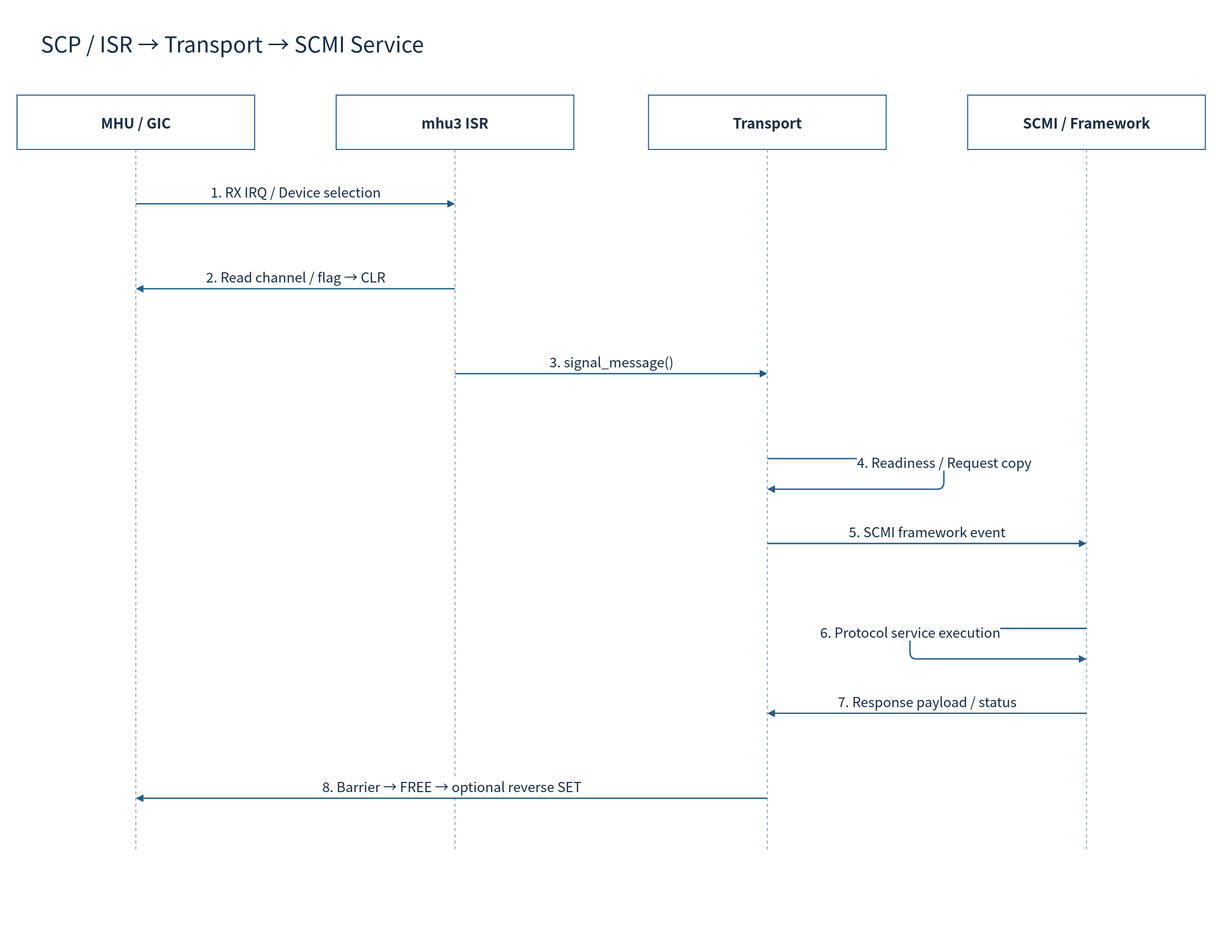
Above: doc/phase1/mailbox/diagrams/18-scp-sequence.drawio.svg in cometzero/project-apollo (draw.io), before the change. Source tidied: cells renumbered, new cells last; positions are measured from the earlier drawing's top-left corner, leaving out a move shared by most shapes. The source it was exported from:
```xml
<mxGraphModel background="#FFFFFF">
  <root>
    <mxCell id="0" />
    <mxCell id="1" parent="0" />
    <mxCell id="2" style="rounded=0;whiteSpace=wrap;html=1;fillColor=#FFFFFF;strokeColor=none;strokeWidth=1.5;fontColor=#172C43;fontFamily=Noto Sans CJK KR;fontSize=22;spacing=10;" parent="1" vertex="1">
      <mxGeometry width="1800" height="1390" as="geometry" />
    </mxCell>
    <mxCell id="3" value="SCP / ISR → Transport → SCMI Service" style="rounded=0;whiteSpace=wrap;html=1;fillColor=#FFFFFF;strokeColor=none;strokeWidth=1.5;fontColor=#172C43;fontFamily=Noto Sans CJK KR;fontSize=22;spacing=10;fontSize=32;align=left;" parent="1" vertex="1">
      <mxGeometry x="50" y="30" width="1700" height="65" as="geometry" />
    </mxCell>
    <mxCell id="4" value="MHU / GIC" style="rounded=0;whiteSpace=wrap;html=1;fillColor=#FFFFFF;strokeColor=#235D86;strokeWidth=1.5;fontColor=#172C43;fontFamily=Noto Sans CJK KR;fontSize=22;spacing=10;fontStyle=1;fontSize=21;" parent="1" vertex="1">
      <mxGeometry x="25" y="140" width="350" height="80" as="geometry" />
    </mxCell>
    <mxCell id="5" style="endArrow=none;dashed=1;strokeColor=#94A3B8;strokeWidth=1.5;" parent="1" edge="1">
      <mxGeometry relative="1" as="geometry">
        <mxPoint x="200" y="220" as="sourcePoint" />
        <mxPoint x="200" y="1250" as="targetPoint" />
      </mxGeometry>
    </mxCell>
    <mxCell id="6" value="mhu3 ISR" style="rounded=0;whiteSpace=wrap;html=1;fillColor=#FFFFFF;strokeColor=#235D86;strokeWidth=1.5;fontColor=#172C43;fontFamily=Noto Sans CJK KR;fontSize=22;spacing=10;fontStyle=1;fontSize=21;" parent="1" vertex="1">
      <mxGeometry x="495" y="140" width="350" height="80" as="geometry" />
    </mxCell>
    <mxCell id="7" style="endArrow=none;dashed=1;strokeColor=#94A3B8;strokeWidth=1.5;" parent="1" edge="1">
      <mxGeometry relative="1" as="geometry">
        <mxPoint x="670" y="220" as="sourcePoint" />
        <mxPoint x="670" y="1250" as="targetPoint" />
      </mxGeometry>
    </mxCell>
    <mxCell id="8" value="Transport" style="rounded=0;whiteSpace=wrap;html=1;fillColor=#FFFFFF;strokeColor=#235D86;strokeWidth=1.5;fontColor=#172C43;fontFamily=Noto Sans CJK KR;fontSize=22;spacing=10;fontStyle=1;fontSize=21;" parent="1" vertex="1">
      <mxGeometry x="955" y="140" width="350" height="80" as="geometry" />
    </mxCell>
    <mxCell id="9" style="endArrow=none;dashed=1;strokeColor=#94A3B8;strokeWidth=1.5;" parent="1" edge="1">
      <mxGeometry relative="1" as="geometry">
        <mxPoint x="1130" y="220" as="sourcePoint" />
        <mxPoint x="1130" y="1250" as="targetPoint" />
      </mxGeometry>
    </mxCell>
    <mxCell id="10" value="SCMI / Framework" style="rounded=0;whiteSpace=wrap;html=1;fillColor=#FFFFFF;strokeColor=#235D86;strokeWidth=1.5;fontColor=#172C43;fontFamily=Noto Sans CJK KR;fontSize=22;spacing=10;fontStyle=1;fontSize=21;" parent="1" vertex="1">
      <mxGeometry x="1425" y="140" width="350" height="80" as="geometry" />
    </mxCell>
    <mxCell id="11" style="endArrow=none;dashed=1;strokeColor=#94A3B8;strokeWidth=1.5;" parent="1" edge="1">
      <mxGeometry relative="1" as="geometry">
        <mxPoint x="1600" y="220" as="sourcePoint" />
        <mxPoint x="1600" y="1250" as="targetPoint" />
      </mxGeometry>
    </mxCell>
    <mxCell id="12" value="1. RX IRQ / Device selection" style="edgeStyle=none;html=1;endArrow=block;endFill=1;strokeColor=#235D86;strokeWidth=2;fontColor=#172C43;fontFamily=Noto Sans CJK KR;fontSize=20;labelBackgroundColor=#FFFFFF;" parent="1" edge="1">
      <mxGeometry relative="1" as="geometry">
        <mxPoint x="200" y="300" as="sourcePoint" />
        <mxPoint x="670" y="300" as="targetPoint" />
        <mxPoint y="-18" as="offset" />
      </mxGeometry>
    </mxCell>
    <mxCell id="13" value="2. Read channel / flag → CLR" style="edgeStyle=none;html=1;endArrow=block;endFill=1;strokeColor=#235D86;strokeWidth=2;fontColor=#172C43;fontFamily=Noto Sans CJK KR;fontSize=20;labelBackgroundColor=#FFFFFF;" parent="1" edge="1">
      <mxGeometry relative="1" as="geometry">
        <mxPoint x="670" y="425" as="sourcePoint" />
        <mxPoint x="200" y="425" as="targetPoint" />
        <mxPoint y="-18" as="offset" />
      </mxGeometry>
    </mxCell>
    <mxCell id="14" value="3. signal_message()" style="edgeStyle=none;html=1;endArrow=block;endFill=1;strokeColor=#235D86;strokeWidth=2;fontColor=#172C43;fontFamily=Noto Sans CJK KR;fontSize=20;labelBackgroundColor=#FFFFFF;" parent="1" edge="1">
      <mxGeometry relative="1" as="geometry">
        <mxPoint x="670" y="550" as="sourcePoint" />
        <mxPoint x="1130" y="550" as="targetPoint" />
        <mxPoint y="-18" as="offset" />
      </mxGeometry>
    </mxCell>
    <mxCell id="15" value="4. Readiness / Request copy" style="edgeStyle=none;html=1;endArrow=block;endFill=1;strokeColor=#235D86;strokeWidth=2;fontColor=#172C43;fontFamily=Noto Sans CJK KR;fontSize=20;labelBackgroundColor=#FFFFFF;" parent="1" edge="1">
      <mxGeometry relative="1" as="geometry">
        <mxPoint x="1130" y="675" as="sourcePoint" />
        <mxPoint x="1130" y="720" as="targetPoint" />
        <Array as="points">
          <mxPoint x="1390" y="675" />
          <mxPoint x="1390" y="720" />
        </Array>
        <mxPoint y="-18" as="offset" />
      </mxGeometry>
    </mxCell>
    <mxCell id="16" value="5. SCMI framework event" style="edgeStyle=none;html=1;endArrow=block;endFill=1;strokeColor=#235D86;strokeWidth=2;fontColor=#172C43;fontFamily=Noto Sans CJK KR;fontSize=20;labelBackgroundColor=#FFFFFF;" parent="1" edge="1">
      <mxGeometry relative="1" as="geometry">
        <mxPoint x="1130" y="800" as="sourcePoint" />
        <mxPoint x="1600" y="800" as="targetPoint" />
        <mxPoint y="-18" as="offset" />
      </mxGeometry>
    </mxCell>
    <mxCell id="17" value="6. Protocol service execution" style="edgeStyle=none;html=1;endArrow=block;endFill=1;strokeColor=#235D86;strokeWidth=2;fontColor=#172C43;fontFamily=Noto Sans CJK KR;fontSize=20;labelBackgroundColor=#FFFFFF;" parent="1" edge="1">
      <mxGeometry relative="1" as="geometry">
        <mxPoint x="1600" y="925" as="sourcePoint" />
        <mxPoint x="1600" y="970" as="targetPoint" />
        <Array as="points">
          <mxPoint x="1340" y="925" />
          <mxPoint x="1340" y="970" />
        </Array>
        <mxPoint y="-18" as="offset" />
      </mxGeometry>
    </mxCell>
    <mxCell id="18" value="7. Response payload / status" style="edgeStyle=none;html=1;endArrow=block;endFill=1;strokeColor=#235D86;strokeWidth=2;fontColor=#172C43;fontFamily=Noto Sans CJK KR;fontSize=20;labelBackgroundColor=#FFFFFF;" parent="1" edge="1">
      <mxGeometry relative="1" as="geometry">
        <mxPoint x="1600" y="1050" as="sourcePoint" />
        <mxPoint x="1130" y="1050" as="targetPoint" />
        <mxPoint y="-18" as="offset" />
      </mxGeometry>
    </mxCell>
    <mxCell id="19" value="8. Barrier → FREE → optional reverse SET" style="edgeStyle=none;html=1;endArrow=block;endFill=1;strokeColor=#235D86;strokeWidth=2;fontColor=#172C43;fontFamily=Noto Sans CJK KR;fontSize=20;labelBackgroundColor=#FFFFFF;" parent="1" edge="1">
      <mxGeometry relative="1" as="geometry">
        <mxPoint x="1130" y="1175" as="sourcePoint" />
        <mxPoint x="200" y="1175" as="targetPoint" />
        <mxPoint y="-18" as="offset" />
      </mxGeometry>
    </mxCell>
  </root>
</mxGraphModel>
```
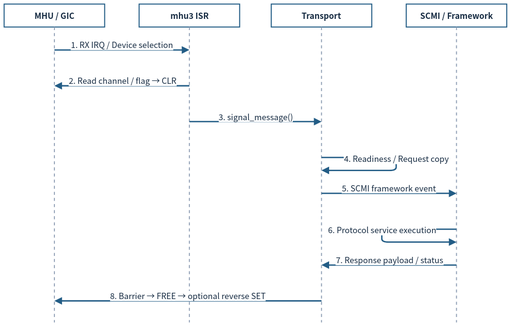
The same file after the commit.

Change to the diagram source:
```diff
@@ -2,110 +2,104 @@
   <root>
     <mxCell id="0" />
     <mxCell id="1" parent="0" />
-    <mxCell id="2" style="rounded=0;whiteSpace=wrap;html=1;fillColor=#FFFFFF;strokeColor=none;strokeWidth=1.5;fontColor=#172C43;fontFamily=Noto Sans CJK KR;fontSize=22;spacing=10;" parent="1" vertex="1">
-      <mxGeometry width="1800" height="1390" as="geometry" />
-    </mxCell>
-    <mxCell id="3" value="SCP / ISR → Transport → SCMI Service" style="rounded=0;whiteSpace=wrap;html=1;fillColor=#FFFFFF;strokeColor=none;strokeWidth=1.5;fontColor=#172C43;fontFamily=Noto Sans CJK KR;fontSize=22;spacing=10;fontSize=32;align=left;" parent="1" vertex="1">
-      <mxGeometry x="50" y="30" width="1700" height="65" as="geometry" />
-    </mxCell>
-    <mxCell id="4" value="MHU / GIC" style="rounded=0;whiteSpace=wrap;html=1;fillColor=#FFFFFF;strokeColor=#235D86;strokeWidth=1.5;fontColor=#172C43;fontFamily=Noto Sans CJK KR;fontSize=22;spacing=10;fontStyle=1;fontSize=21;" parent="1" vertex="1">
-      <mxGeometry x="25" y="140" width="350" height="80" as="geometry" />
+    <mxCell id="4" value="MHU / GIC" style="rounded=0;whiteSpace=wrap;html=1;fillColor=#FFFFFF;strokeColor=#235D86;strokeWidth=1.5;fontColor=#172C43;fontFamily=Noto Sans CJK KR;fontStyle=1;fontSize=12;spacing=3;whiteSpace=wrap;" parent="1" vertex="1">
+      <mxGeometry x="12" y="12" width="148" height="33.8" as="geometry" />
     </mxCell>
-    <mxCell id="5" style="endArrow=none;dashed=1;strokeColor=#94A3B8;strokeWidth=1.5;" parent="1" edge="1">
+    <mxCell id="5" style="endArrow=none;dashed=1;strokeColor=#94A3B8;strokeWidth=1.5;fontSize=12;spacing=3;whiteSpace=nowrap;" parent="1" edge="1">
       <mxGeometry relative="1" as="geometry">
-        <mxPoint x="200" y="220" as="sourcePoint" />
-        <mxPoint x="200" y="1250" as="targetPoint" />
+        <mxPoint x="86" y="45.8" as="sourcePoint" />
+        <mxPoint x="86" y="481.4" as="targetPoint" />
       </mxGeometry>
     </mxCell>
-    <mxCell id="6" value="mhu3 ISR" style="rounded=0;whiteSpace=wrap;html=1;fillColor=#FFFFFF;strokeColor=#235D86;strokeWidth=1.5;fontColor=#172C43;fontFamily=Noto Sans CJK KR;fontSize=22;spacing=10;fontStyle=1;fontSize=21;" parent="1" vertex="1">
-      <mxGeometry x="495" y="140" width="350" height="80" as="geometry" />
+    <mxCell id="6" value="mhu3 ISR" style="rounded=0;whiteSpace=wrap;html=1;fillColor=#FFFFFF;strokeColor=#235D86;strokeWidth=1.5;fontColor=#172C43;fontFamily=Noto Sans CJK KR;fontStyle=1;fontSize=12;spacing=3;whiteSpace=wrap;" parent="1" vertex="1">
+      <mxGeometry x="210.7" y="12" width="148" height="33.8" as="geometry" />
     </mxCell>
-    <mxCell id="7" style="endArrow=none;dashed=1;strokeColor=#94A3B8;strokeWidth=1.5;" parent="1" edge="1">
+    <mxCell id="7" style="endArrow=none;dashed=1;strokeColor=#94A3B8;strokeWidth=1.5;fontSize=12;spacing=3;whiteSpace=nowrap;" parent="1" edge="1">
       <mxGeometry relative="1" as="geometry">
-        <mxPoint x="670" y="220" as="sourcePoint" />
-        <mxPoint x="670" y="1250" as="targetPoint" />
+        <mxPoint x="284.7" y="45.8" as="sourcePoint" />
+        <mxPoint x="284.7" y="481.4" as="targetPoint" />
       </mxGeometry>
     </mxCell>
-    <mxCell id="8" value="Transport" style="rounded=0;whiteSpace=wrap;html=1;fillColor=#FFFFFF;strokeColor=#235D86;strokeWidth=1.5;fontColor=#172C43;fontFamily=Noto Sans CJK KR;fontSize=22;spacing=10;fontStyle=1;fontSize=21;" parent="1" vertex="1">
-      <mxGeometry x="955" y="140" width="350" height="80" as="geometry" />
+    <mxCell id="8" value="Transport" style="rounded=0;whiteSpace=wrap;html=1;fillColor=#FFFFFF;strokeColor=#235D86;strokeWidth=1.5;fontColor=#172C43;fontFamily=Noto Sans CJK KR;fontStyle=1;fontSize=12;spacing=3;whiteSpace=wrap;" parent="1" vertex="1">
+      <mxGeometry x="405.3" y="12" width="148" height="33.8" as="geometry" />
     </mxCell>
-    <mxCell id="9" style="endArrow=none;dashed=1;strokeColor=#94A3B8;strokeWidth=1.5;" parent="1" edge="1">
+    <mxCell id="9" style="endArrow=none;dashed=1;strokeColor=#94A3B8;strokeWidth=1.5;fontSize=12;spacing=3;whiteSpace=nowrap;" parent="1" edge="1">
       <mxGeometry relative="1" as="geometry">
-        <mxPoint x="1130" y="220" as="sourcePoint" />
-        <mxPoint x="1130" y="1250" as="targetPoint" />
+        <mxPoint x="479.3" y="45.8" as="sourcePoint" />
+        <mxPoint x="479.3" y="481.4" as="targetPoint" />
       </mxGeometry>
     </mxCell>
-    <mxCell id="10" value="SCMI / Framework" style="rounded=0;whiteSpace=wrap;html=1;fillColor=#FFFFFF;strokeColor=#235D86;strokeWidth=1.5;fontColor=#172C43;fontFamily=Noto Sans CJK KR;fontSize=22;spacing=10;fontStyle=1;fontSize=21;" parent="1" vertex="1">
-      <mxGeometry x="1425" y="140" width="350" height="80" as="geometry" />
+    <mxCell id="10" value="SCMI / Framework" style="rounded=0;whiteSpace=wrap;html=1;fillColor=#FFFFFF;strokeColor=#235D86;strokeWidth=1.5;fontColor=#172C43;fontFamily=Noto Sans CJK KR;fontStyle=1;fontSize=12;spacing=3;whiteSpace=wrap;" parent="1" vertex="1">
+      <mxGeometry x="604" y="12" width="148" height="33.8" as="geometry" />
     </mxCell>
-    <mxCell id="11" style="endArrow=none;dashed=1;strokeColor=#94A3B8;strokeWidth=1.5;" parent="1" edge="1">
+    <mxCell id="11" style="endArrow=none;dashed=1;strokeColor=#94A3B8;strokeWidth=1.5;fontSize=12;spacing=3;whiteSpace=nowrap;" parent="1" edge="1">
       <mxGeometry relative="1" as="geometry">
-        <mxPoint x="1600" y="220" as="sourcePoint" />
-        <mxPoint x="1600" y="1250" as="targetPoint" />
+        <mxPoint x="678" y="45.8" as="sourcePoint" />
+        <mxPoint x="678" y="481.4" as="targetPoint" />
       </mxGeometry>
     </mxCell>
-    <mxCell id="12" value="1. RX IRQ / Device selection" style="edgeStyle=none;html=1;endArrow=block;endFill=1;strokeColor=#235D86;strokeWidth=2;fontColor=#172C43;fontFamily=Noto Sans CJK KR;fontSize=20;labelBackgroundColor=#FFFFFF;" parent="1" edge="1">
+    <mxCell id="12" value="1. RX IRQ / Device selection" style="edgeStyle=none;html=1;endArrow=block;endFill=1;strokeColor=#235D86;strokeWidth=2;fontColor=#172C43;fontFamily=Noto Sans CJK KR;labelBackgroundColor=#FFFFFF;fontSize=12;spacing=3;whiteSpace=nowrap;" parent="1" edge="1">
       <mxGeometry relative="1" as="geometry">
-        <mxPoint x="200" y="300" as="sourcePoint" />
-        <mxPoint x="670" y="300" as="targetPoint" />
-        <mxPoint y="-18" as="offset" />
+        <mxPoint x="86" y="79.7" as="sourcePoint" />
+        <mxPoint x="284.7" y="79.7" as="targetPoint" />
+        <mxPoint y="-7.6" as="offset" />
       </mxGeometry>
     </mxCell>
-    <mxCell id="13" value="2. Read channel / flag → CLR" style="edgeStyle=none;html=1;endArrow=block;endFill=1;strokeColor=#235D86;strokeWidth=2;fontColor=#172C43;fontFamily=Noto Sans CJK KR;fontSize=20;labelBackgroundColor=#FFFFFF;" parent="1" edge="1">
+    <mxCell id="13" value="2. Read channel / flag → CLR" style="edgeStyle=none;html=1;endArrow=block;endFill=1;strokeColor=#235D86;strokeWidth=2;fontColor=#172C43;fontFamily=Noto Sans CJK KR;labelBackgroundColor=#FFFFFF;fontSize=12;spacing=3;whiteSpace=nowrap;" parent="1" edge="1">
       <mxGeometry relative="1" as="geometry">
-        <mxPoint x="670" y="425" as="sourcePoint" />
-        <mxPoint x="200" y="425" as="targetPoint" />
-        <mxPoint y="-18" as="offset" />
+        <mxPoint x="284.7" y="132.5" as="sourcePoint" />
+        <mxPoint x="86" y="132.5" as="targetPoint" />
+        <mxPoint y="-7.6" as="offset" />
       </mxGeometry>
     </mxCell>
-    <mxCell id="14" value="3. signal_message()" style="edgeStyle=none;html=1;endArrow=block;endFill=1;strokeColor=#235D86;strokeWidth=2;fontColor=#172C43;fontFamily=Noto Sans CJK KR;fontSize=20;labelBackgroundColor=#FFFFFF;" parent="1" edge="1">
+    <mxCell id="14" value="3. signal_message()" style="edgeStyle=none;html=1;endArrow=block;endFill=1;strokeColor=#235D86;strokeWidth=2;fontColor=#172C43;fontFamily=Noto Sans CJK KR;labelBackgroundColor=#FFFFFF;fontSize=12;spacing=3;whiteSpace=nowrap;" parent="1" edge="1">
       <mxGeometry relative="1" as="geometry">
-        <mxPoint x="670" y="550" as="sourcePoint" />
-        <mxPoint x="1130" y="550" as="targetPoint" />
-        <mxPoint y="-18" as="offset" />
+        <mxPoint x="284.7" y="185.4" as="sourcePoint" />
+        <mxPoint x="479.3" y="185.4" as="targetPoint" />
+        <mxPoint y="-7.6" as="offset" />
       </mxGeometry>
     </mxCell>
-    <mxCell id="15" value="4. Readiness / Request copy" style="edgeStyle=none;html=1;endArrow=block;endFill=1;strokeColor=#235D86;strokeWidth=2;fontColor=#172C43;fontFamily=Noto Sans CJK KR;fontSize=20;labelBackgroundColor=#FFFFFF;" parent="1" edge="1">
+    <mxCell id="15" value="4. Readiness / Request copy" style="edgeStyle=none;html=1;endArrow=block;endFill=1;strokeColor=#235D86;strokeWidth=2;fontColor=#172C43;fontFamily=Noto Sans CJK KR;labelBackgroundColor=#FFFFFF;fontSize=12;spacing=3;whiteSpace=nowrap;" parent="1" edge="1">
       <mxGeometry relative="1" as="geometry">
-        <mxPoint x="1130" y="675" as="sourcePoint" />
-        <mxPoint x="1130" y="720" as="targetPoint" />
+        <mxPoint x="479.3" y="238.2" as="sourcePoint" />
+        <mxPoint x="479.3" y="257.3" as="targetPoint" />
         <Array as="points">
-          <mxPoint x="1390" y="675" />
-          <mxPoint x="1390" y="720" />
+          <mxPoint x="589.2" y="238.2" />
+          <mxPoint x="589.2" y="257.3" />
         </Array>
-        <mxPoint y="-18" as="offset" />
+        <mxPoint y="-7.6" as="offset" />
       </mxGeometry>
     </mxCell>
-    <mxCell id="16" value="5. SCMI framework event" style="edgeStyle=none;html=1;endArrow=block;endFill=1;strokeColor=#235D86;strokeWidth=2;fontColor=#172C43;fontFamily=Noto Sans CJK KR;fontSize=20;labelBackgroundColor=#FFFFFF;" parent="1" edge="1">
+    <mxCell id="16" value="5. SCMI framework event" style="edgeStyle=none;html=1;endArrow=block;endFill=1;strokeColor=#235D86;strokeWidth=2;fontColor=#172C43;fontFamily=Noto Sans CJK KR;labelBackgroundColor=#FFFFFF;fontSize=12;spacing=3;whiteSpace=nowrap;" parent="1" edge="1">
       <mxGeometry relative="1" as="geometry">
-        <mxPoint x="1130" y="800" as="sourcePoint" />
-        <mxPoint x="1600" y="800" as="targetPoint" />
-        <mxPoint y="-18" as="offset" />
+        <mxPoint x="479.3" y="291.1" as="sourcePoint" />
+        <mxPoint x="678" y="291.1" as="targetPoint" />
+        <mxPoint y="-7.6" as="offset" />
       </mxGeometry>
     </mxCell>
-    <mxCell id="17" value="6. Protocol service execution" style="edgeStyle=none;html=1;endArrow=block;endFill=1;strokeColor=#235D86;strokeWidth=2;fontColor=#172C43;fontFamily=Noto Sans CJK KR;fontSize=20;labelBackgroundColor=#FFFFFF;" parent="1" edge="1">
+    <mxCell id="17" value="6. Protocol service execution" style="edgeStyle=none;html=1;endArrow=block;endFill=1;strokeColor=#235D86;strokeWidth=2;fontColor=#172C43;fontFamily=Noto Sans CJK KR;labelBackgroundColor=#FFFFFF;fontSize=12;spacing=3;whiteSpace=nowrap;" parent="1" edge="1">
       <mxGeometry relative="1" as="geometry">
-        <mxPoint x="1600" y="925" as="sourcePoint" />
-        <mxPoint x="1600" y="970" as="targetPoint" />
+        <mxPoint x="678" y="343.9" as="sourcePoint" />
+        <mxPoint x="678" y="363" as="targetPoint" />
         <Array as="points">
-          <mxPoint x="1340" y="925" />
-          <mxPoint x="1340" y="970" />
+          <mxPoint x="568.1" y="343.9" />
+          <mxPoint x="568.1" y="363" />
         </Array>
-        <mxPoint y="-18" as="offset" />
+        <mxPoint y="-7.6" as="offset" />
       </mxGeometry>
     </mxCell>
-    <mxCell id="18" value="7. Response payload / status" style="edgeStyle=none;html=1;endArrow=block;endFill=1;strokeColor=#235D86;strokeWidth=2;fontColor=#172C43;fontFamily=Noto Sans CJK KR;fontSize=20;labelBackgroundColor=#FFFFFF;" parent="1" edge="1">
+    <mxCell id="18" value="7. Response payload / status" style="edgeStyle=none;html=1;endArrow=block;endFill=1;strokeColor=#235D86;strokeWidth=2;fontColor=#172C43;fontFamily=Noto Sans CJK KR;labelBackgroundColor=#FFFFFF;fontSize=12;spacing=3;whiteSpace=nowrap;" parent="1" edge="1">
       <mxGeometry relative="1" as="geometry">
-        <mxPoint x="1600" y="1050" as="sourcePoint" />
-        <mxPoint x="1130" y="1050" as="targetPoint" />
-        <mxPoint y="-18" as="offset" />
+        <mxPoint x="678" y="396.8" as="sourcePoint" />
+        <mxPoint x="479.3" y="396.8" as="targetPoint" />
+        <mxPoint y="-7.6" as="offset" />
       </mxGeometry>
     </mxCell>
-    <mxCell id="19" value="8. Barrier → FREE → optional reverse SET" style="edgeStyle=none;html=1;endArrow=block;endFill=1;strokeColor=#235D86;strokeWidth=2;fontColor=#172C43;fontFamily=Noto Sans CJK KR;fontSize=20;labelBackgroundColor=#FFFFFF;" parent="1" edge="1">
+    <mxCell id="19" value="8. Barrier → FREE → optional reverse SET" style="edgeStyle=none;html=1;endArrow=block;endFill=1;strokeColor=#235D86;strokeWidth=2;fontColor=#172C43;fontFamily=Noto Sans CJK KR;labelBackgroundColor=#FFFFFF;fontSize=12;spacing=3;whiteSpace=nowrap;" parent="1" edge="1">
       <mxGeometry relative="1" as="geometry">
-        <mxPoint x="1130" y="1175" as="sourcePoint" />
-        <mxPoint x="200" y="1175" as="targetPoint" />
-        <mxPoint y="-18" as="offset" />
+        <mxPoint x="479.3" y="449.7" as="sourcePoint" />
+        <mxPoint x="86" y="449.7" as="targetPoint" />
+        <mxPoint y="-7.6" as="offset" />
       </mxGeometry>
     </mxCell>
   </root>
```
